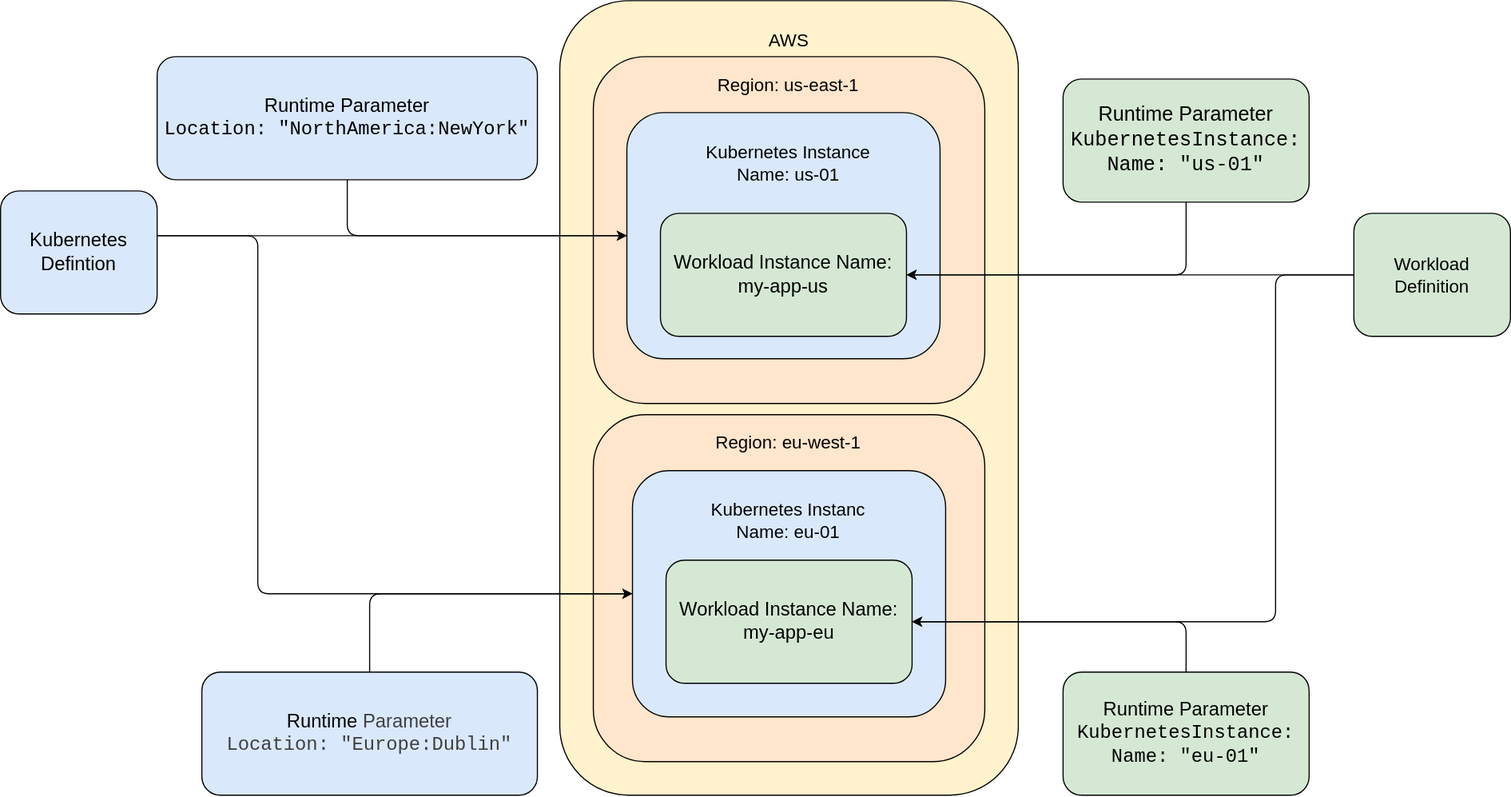
The draw.io diagram docs/docs/img/DefinitionsInstances.drawio.svg in threeport/threeport, before a commit. Source tidied: cells renumbered, new cells last; positions are measured from the earlier drawing's top-left corner, leaving out a move shared by most shapes.
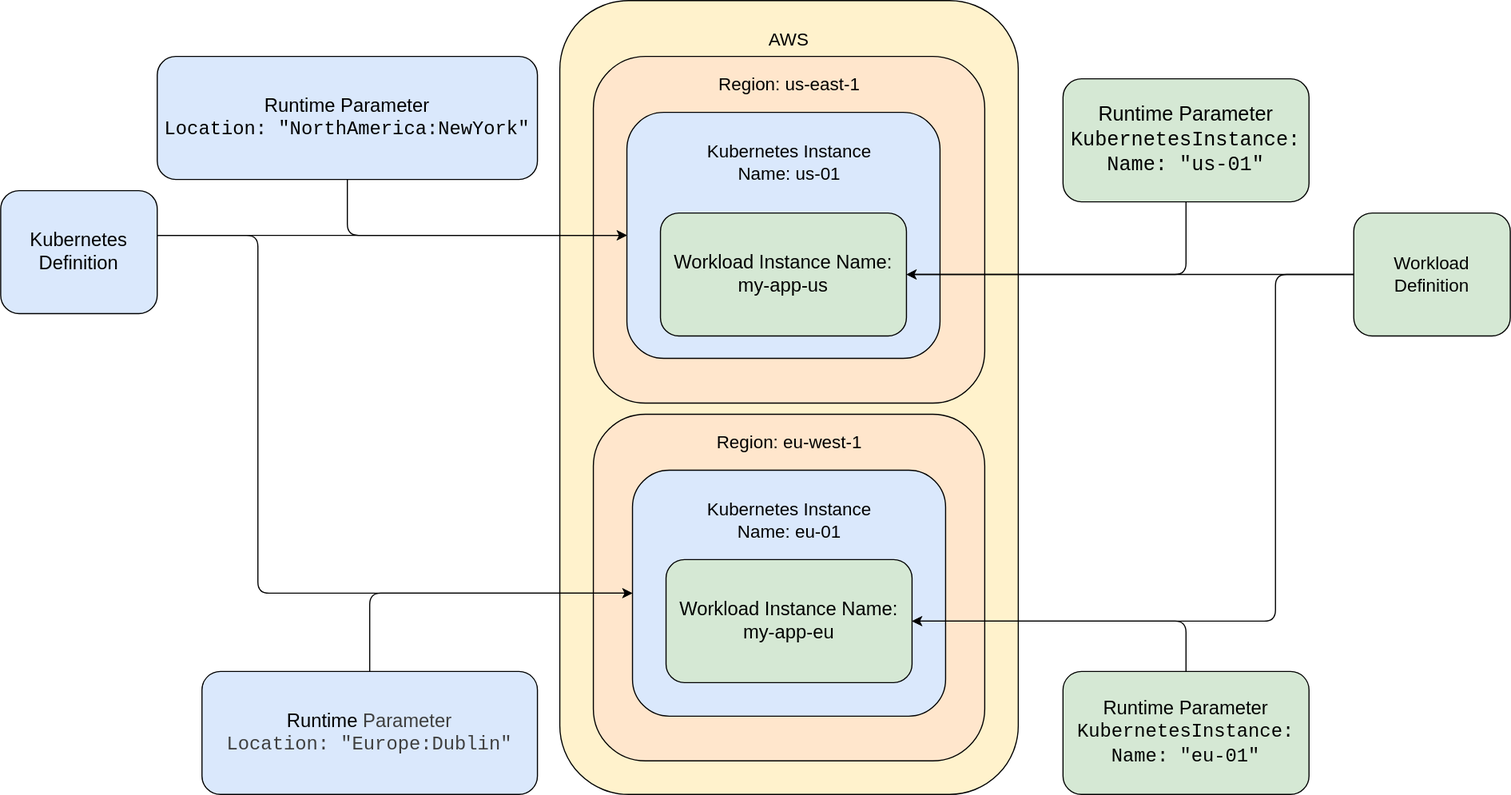
Later version of the same file.

Commit message:
fix: typo in DefinitionsInstances

Change to the diagram source:
```diff
@@ -77,7 +77,7 @@
         </Array>
       </mxGeometry>
     </mxCell>
-    <mxCell id="22" value="&lt;font style=&quot;font-size: 17px;&quot;&gt;Kubernetes Defintion&lt;/font&gt;" style="rounded=1;whiteSpace=wrap;html=1;fillColor=#dae8fc;strokeColor=#000000;" parent="1" vertex="1">
+    <mxCell id="22" value="&lt;font style=&quot;font-size: 17px;&quot;&gt;Kubernetes Definition&lt;/font&gt;" style="rounded=1;whiteSpace=wrap;html=1;fillColor=#dae8fc;strokeColor=#000000;" parent="1" vertex="1">
       <mxGeometry y="170" width="140" height="110" as="geometry" />
     </mxCell>
     <mxCell id="23" value="&lt;font style=&quot;font-size: 16px;&quot;&gt;AWS&lt;/font&gt;" style="text;strokeColor=none;align=center;fillColor=none;html=1;verticalAlign=middle;whiteSpace=wrap;rounded=0;" parent="1" vertex="1">
@@ -92,7 +92,7 @@
     <mxCell id="26" value="&lt;font style=&quot;font-size: 16px;&quot;&gt;Region: eu-west-1&lt;/font&gt;" style="text;strokeColor=none;align=center;fillColor=none;html=1;verticalAlign=middle;whiteSpace=wrap;rounded=0;" parent="1" vertex="1">
       <mxGeometry x="617.5" y="380" width="175" height="30" as="geometry" />
     </mxCell>
-    <mxCell id="27" value="&lt;font style=&quot;font-size: 16px;&quot;&gt;Kubernetes Instanc Name: eu-01&lt;/font&gt;" style="text;strokeColor=none;align=center;fillColor=none;html=1;verticalAlign=middle;whiteSpace=wrap;rounded=0;" parent="1" vertex="1">
+    <mxCell id="27" value="&lt;font style=&quot;font-size: 16px;&quot;&gt;Kubernetes Instance Name: eu-01&lt;/font&gt;" style="text;strokeColor=none;align=center;fillColor=none;html=1;verticalAlign=middle;whiteSpace=wrap;rounded=0;" parent="1" vertex="1">
       <mxGeometry x="617.5" y="450" width="175" height="30" as="geometry" />
     </mxCell>
   </root>
```
